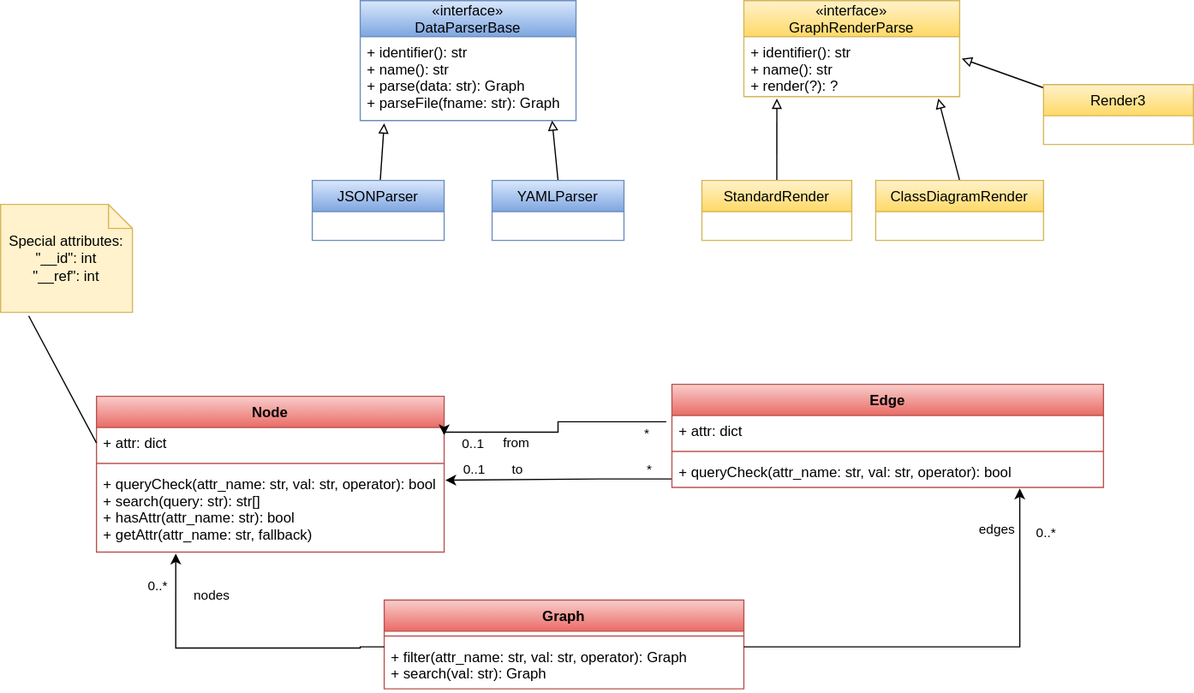
The draw.io diagram docs/class_diagram.drawio.svg in gazdicdanica/SOK, before a commit. Source tidied: cells renumbered, new cells last; positions are measured from the earlier drawing's top-left corner, leaving out a move shared by most shapes.
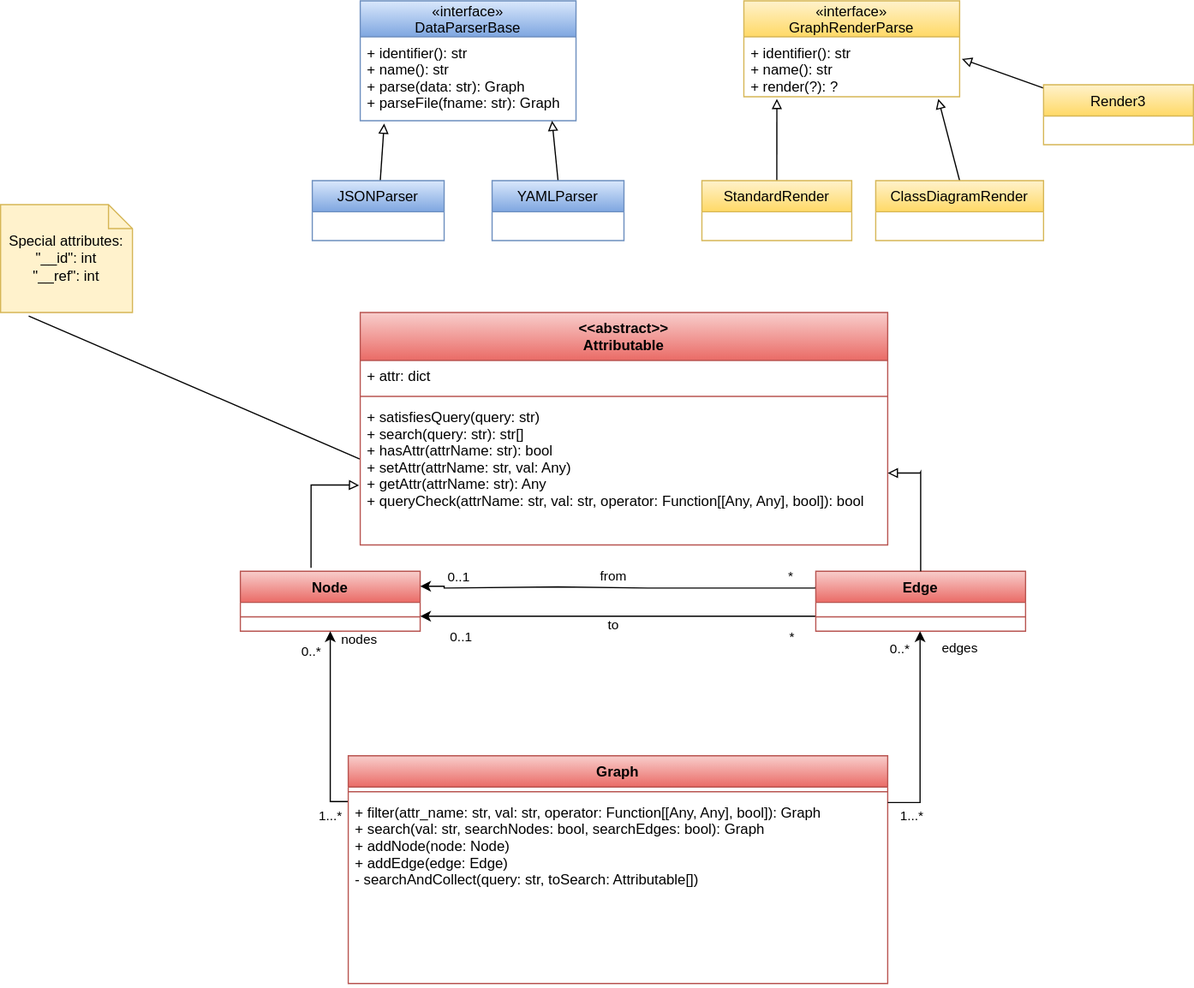
After the commit.

Diff of the diagram source:
```diff
@@ -3,93 +3,80 @@
     <mxCell id="0" />
     <mxCell id="1" parent="0" />
     <mxCell id="2" value="Node" style="swimlane;fontStyle=1;align=center;verticalAlign=top;horizontal=1;startSize=26;fillColor=#f8cecc;strokeColor=#b85450;gradientColor=#ea6b66;" parent="1" vertex="1">
-      <mxGeometry x="80" y="330" width="290" height="130" as="geometry" />
+      <mxGeometry x="200" y="476" width="150" height="50" as="geometry" />
     </mxCell>
-    <mxCell id="3" value="+ attr: dict" style="text;strokeColor=none;fillColor=none;align=left;verticalAlign=top;spacingLeft=4;spacingRight=4;overflow=hidden;points=[[0,0.5],[1,0.5]];portConstraint=eastwest;" parent="2" vertex="1">
-      <mxGeometry y="26" width="290" height="26" as="geometry" />
-    </mxCell>
     <mxCell id="4" style="line;strokeWidth=1;fillColor=none;align=left;verticalAlign=middle;spacingTop=-1;spacingLeft=3;spacingRight=3;labelPosition=right;strokeColor=inherit;" parent="2" vertex="1">
-      <mxGeometry y="52" width="290" height="8" as="geometry" />
+      <mxGeometry y="26" width="150" height="24" as="geometry" />
     </mxCell>
-    <mxCell id="5" value="+ queryCheck(attr_name: str, val: str, operator): bool&#10;+ search(query: str): str[]&#10;+ hasAttr(attr_name: str): bool&#10;+ getAttr(attr_name: str, fallback)" style="text;strokeColor=none;fillColor=none;align=left;verticalAlign=top;spacingLeft=4;spacingRight=4;overflow=hidden;points=[[0,0.5],[1,0.5]];portConstraint=eastwest;" parent="2" vertex="1">
-      <mxGeometry y="60" width="290" height="70" as="geometry" />
-    </mxCell>
-    <mxCell id="6" style="edgeStyle=orthogonalEdgeStyle;rounded=0;jettySize=auto;html=1;exitX=-0.013;exitY=0.203;exitDx=0;exitDy=0;entryX=1;entryY=0.25;entryDx=0;entryDy=0;exitPerimeter=0;" parent="1" edge="1" source="15" target="2">
+    <mxCell id="6" style="edgeStyle=orthogonalEdgeStyle;rounded=0;jettySize=auto;html=1;exitX=0;exitY=0.25;exitDx=0;exitDy=0;entryX=1;entryY=0.25;entryDx=0;entryDy=0;" parent="1" edge="1" source="14" target="2">
       <mxGeometry relative="1" as="geometry">
         <Array as="points">
-          <mxPoint x="465" y="351" />
-          <mxPoint x="465" y="360" />
-          <mxPoint x="370" y="360" />
+          <mxPoint x="680" y="490" />
+          <mxPoint x="540" y="490" />
+          <mxPoint x="540" y="489" />
+          <mxPoint x="465" y="489" />
+          <mxPoint x="465" y="490" />
+          <mxPoint x="370" y="490" />
+          <mxPoint x="370" y="489" />
         </Array>
       </mxGeometry>
     </mxCell>
     <mxCell id="7" value="0..1" style="edgeLabel;html=1;align=center;verticalAlign=middle;" parent="6" vertex="1">
       <mxGeometry x="0.9" relative="1" as="geometry">
-        <mxPoint x="16" y="9" as="offset" />
+        <mxPoint x="16" y="-8" as="offset" />
       </mxGeometry>
     </mxCell>
     <mxCell id="8" value="*" style="edgeLabel;html=1;align=center;verticalAlign=middle;" parent="6" vertex="1">
       <mxGeometry x="-0.92" relative="1" as="geometry">
-        <mxPoint x="-10" y="9" as="offset" />
+        <mxPoint x="-10" y="-10" as="offset" />
       </mxGeometry>
     </mxCell>
     <mxCell id="9" value="from" style="edgeLabel;html=1;align=center;verticalAlign=middle;" parent="6" vertex="1">
       <mxGeometry x="0.61" y="1" relative="1" as="geometry">
-        <mxPoint x="24" y="7" as="offset" />
+        <mxPoint x="97" y="-11" as="offset" />
       </mxGeometry>
     </mxCell>
-    <mxCell id="10" style="edgeStyle=orthogonalEdgeStyle;rounded=0;jettySize=auto;html=1;" parent="1" edge="1" source="14">
+    <mxCell id="10" style="edgeStyle=orthogonalEdgeStyle;rounded=0;jettySize=auto;html=1;entryX=1;entryY=0.75;entryDx=0;entryDy=0;" parent="1" edge="1" source="14" target="2">
       <mxGeometry relative="1" as="geometry">
-        <mxPoint x="371" y="400" as="targetPoint" />
         <Array as="points">
-          <mxPoint x="500" y="399" />
-          <mxPoint x="500" y="399" />
+          <mxPoint x="773" y="514" />
         </Array>
       </mxGeometry>
     </mxCell>
     <mxCell id="11" value="0..1" style="edgeLabel;html=1;align=center;verticalAlign=middle;" parent="10" vertex="1">
       <mxGeometry x="0.86" y="-1" relative="1" as="geometry">
-        <mxPoint x="11" y="-8" as="offset" />
+        <mxPoint x="11" y="18" as="offset" />
       </mxGeometry>
     </mxCell>
     <mxCell id="12" value="*" style="edgeLabel;html=1;align=center;verticalAlign=middle;" parent="10" vertex="1">
       <mxGeometry x="-0.93" relative="1" as="geometry">
-        <mxPoint x="-14" y="-9" as="offset" />
+        <mxPoint x="-9" y="17" as="offset" />
       </mxGeometry>
     </mxCell>
     <mxCell id="13" value="to" style="edgeLabel;html=1;align=center;verticalAlign=middle;" parent="10" vertex="1">
       <mxGeometry x="0.42" y="1" relative="1" as="geometry">
-        <mxPoint x="4" y="-10" as="offset" />
+        <mxPoint x="65" y="6" as="offset" />
       </mxGeometry>
     </mxCell>
     <mxCell id="14" value="Edge" style="swimlane;fontStyle=1;align=center;verticalAlign=top;horizontal=1;startSize=26;fillColor=#f8cecc;gradientColor=#ea6b66;strokeColor=#b85450;" parent="1" vertex="1">
-      <mxGeometry x="560" y="320" width="360" height="86" as="geometry" />
+      <mxGeometry x="680" y="476" width="175" height="50" as="geometry" />
     </mxCell>
-    <mxCell id="15" value="+ attr: dict" style="text;align=left;verticalAlign=top;spacingLeft=4;spacingRight=4;overflow=hidden;points=[[0,0.5],[1,0.5]];portConstraint=eastwest;" parent="14" vertex="1">
-      <mxGeometry y="26" width="360" height="26" as="geometry" />
-    </mxCell>
     <mxCell id="16" style="line;strokeWidth=1;fillColor=none;align=left;verticalAlign=middle;spacingTop=-1;spacingLeft=3;spacingRight=3;labelPosition=right;strokeColor=inherit;" parent="14" vertex="1">
-      <mxGeometry y="52" width="360" height="8" as="geometry" />
+      <mxGeometry y="26" width="175" height="24" as="geometry" />
     </mxCell>
-    <mxCell id="17" value="+ queryCheck(attr_name: str, val: str, operator): bool" style="text;strokeColor=none;fillColor=none;align=left;verticalAlign=top;spacingLeft=4;spacingRight=4;overflow=hidden;points=[[0,0.5],[1,0.5]];portConstraint=eastwest;" parent="14" vertex="1">
-      <mxGeometry y="60" width="360" height="26" as="geometry" />
-    </mxCell>
     <mxCell id="18" value="Graph" style="swimlane;fontStyle=1;align=center;verticalAlign=top;horizontal=1;startSize=26;fillColor=#f8cecc;gradientColor=#ea6b66;strokeColor=#b85450;" parent="1" vertex="1">
-      <mxGeometry x="320" y="500" width="300" height="74" as="geometry" />
+      <mxGeometry x="290" y="630" width="450" height="190" as="geometry" />
     </mxCell>
     <mxCell id="19" style="line;strokeWidth=1;fillColor=none;align=left;verticalAlign=middle;spacingTop=-1;spacingLeft=3;spacingRight=3;labelPosition=right;strokeColor=inherit;" parent="18" vertex="1">
-      <mxGeometry y="26" width="300" height="8" as="geometry" />
+      <mxGeometry y="26" width="450" height="8" as="geometry" />
     </mxCell>
-    <mxCell id="20" value="+ filter(attr_name: str, val: str, operator): Graph&#10;+ search(val: str): Graph" style="text;strokeColor=none;fillColor=none;align=left;verticalAlign=top;spacingLeft=4;spacingRight=4;overflow=hidden;points=[[0,0.5],[1,0.5]];portConstraint=eastwest;" parent="18" vertex="1">
-      <mxGeometry y="34" width="300" height="40" as="geometry" />
+    <mxCell id="20" value="+ filter(attr_name: str, val: str, operator: Function[[Any, Any], bool]): Graph&#10;+ search(val: str, searchNodes: bool, searchEdges: bool): Graph&#10;+ addNode(node: Node)&#10;+ addEdge(edge: Edge)&#10;- searchAndCollect(query: str, toSearch: Attributable[])" style="text;strokeColor=none;fillColor=none;align=left;verticalAlign=top;spacingLeft=4;spacingRight=4;overflow=hidden;points=[[0,0.5],[1,0.5]];portConstraint=eastwest;" parent="18" vertex="1">
+      <mxGeometry y="34" width="450" height="156" as="geometry" />
     </mxCell>
-    <mxCell id="21" style="edgeStyle=orthogonalEdgeStyle;rounded=0;jettySize=auto;html=1;exitX=0;exitY=0.5;exitDx=0;exitDy=0;entryX=0.228;entryY=1.018;entryDx=0;entryDy=0;entryPerimeter=0;" parent="1" edge="1" target="5">
+    <mxCell id="21" style="edgeStyle=orthogonalEdgeStyle;rounded=0;jettySize=auto;html=1;entryX=0.5;entryY=1;entryDx=0;entryDy=0;exitX=-0.001;exitY=0.027;exitDx=0;exitDy=0;exitPerimeter=0;" parent="1" edge="1" source="20" target="2">
       <mxGeometry relative="1" as="geometry">
-        <mxPoint x="320" y="539" as="sourcePoint" />
         <Array as="points">
-          <mxPoint x="300" y="539" />
-          <mxPoint x="300" y="540" />
-          <mxPoint x="146" y="540" />
+          <mxPoint x="275" y="668" />
         </Array>
       </mxGeometry>
     </mxCell>
@@ -103,28 +90,29 @@
         <mxPoint x="24" y="-45" as="offset" />
       </mxGeometry>
     </mxCell>
-    <mxCell id="24" style="edgeStyle=orthogonalEdgeStyle;rounded=0;jettySize=auto;html=1;exitX=1;exitY=0.5;exitDx=0;exitDy=0;entryX=0.806;entryY=1.037;entryDx=0;entryDy=0;entryPerimeter=0;" parent="1" edge="1" target="17">
+    <mxCell id="24" style="edgeStyle=orthogonalEdgeStyle;rounded=0;jettySize=auto;html=1;entryX=0.5;entryY=1;entryDx=0;entryDy=0;" parent="1" edge="1" target="14">
       <mxGeometry relative="1" as="geometry">
-        <mxPoint x="620" y="539" as="sourcePoint" />
+        <mxPoint x="740" y="669" as="sourcePoint" />
         <Array as="points">
-          <mxPoint x="850" y="539" />
+          <mxPoint x="767" y="669" />
+          <mxPoint x="767" y="526" />
         </Array>
       </mxGeometry>
     </mxCell>
     <mxCell id="25" value="0..*" style="edgeLabel;html=1;align=center;verticalAlign=middle;" parent="24" vertex="1">
       <mxGeometry x="0.83" y="1" relative="1" as="geometry">
-        <mxPoint x="22" y="5" as="offset" />
+        <mxPoint x="-16" as="offset" />
       </mxGeometry>
     </mxCell>
     <mxCell id="26" value="edges" style="edgeLabel;html=1;align=center;verticalAlign=middle;" parent="24" vertex="1">
       <mxGeometry x="-0.73" relative="1" as="geometry">
-        <mxPoint x="162" y="-99" as="offset" />
+        <mxPoint x="37" y="-129" as="offset" />
       </mxGeometry>
     </mxCell>
     <mxCell id="27" value="Special attributes:&lt;br&gt;&quot;__id&quot;: int&lt;br&gt;&quot;__ref&quot;: int" style="shape=note;size=20;whiteSpace=wrap;html=1;fillColor=#fff2cc;strokeColor=#d6b656;" parent="1" vertex="1">
       <mxGeometry y="170" width="110" height="90" as="geometry" />
     </mxCell>
-    <mxCell id="28" style="rounded=0;jettySize=auto;html=1;exitX=0;exitY=0.5;exitDx=0;exitDy=0;endArrow=none;endFill=0;entryX=0.213;entryY=1.033;entryDx=0;entryDy=0;entryPerimeter=0;" parent="1" edge="1" source="3" target="27">
+    <mxCell id="28" style="rounded=0;jettySize=auto;html=1;exitX=-0.001;exitY=0.402;exitDx=0;exitDy=0;endArrow=none;endFill=0;entryX=0.213;entryY=1.033;entryDx=0;entryDy=0;entryPerimeter=0;exitPerimeter=0;" parent="1" edge="1" source="46" target="27">
       <mxGeometry relative="1" as="geometry" />
     </mxCell>
     <mxCell id="29" value="«interface»&#10;DataParserBase" style="swimlane;fontStyle=0;horizontal=1;startSize=30;fillColor=#dae8fc;gradientColor=#7ea6e0;strokeColor=#6c8ebf;" parent="1" vertex="1">
@@ -172,5 +160,40 @@
     <mxCell id="43" value="Render3" style="swimlane;fontStyle=0;horizontal=1;startSize=26;fillColor=#fff2cc;gradientColor=#ffd966;strokeColor=#d6b656;" parent="1" vertex="1">
       <mxGeometry x="870" y="70" width="125" height="50" as="geometry" />
     </mxCell>
+    <mxCell id="44" value="&lt;&lt;abstract&gt;&gt;&#10;Attributable" style="swimlane;fontStyle=1;align=center;verticalAlign=top;horizontal=1;startSize=40;fillColor=#f8cecc;strokeColor=#b85450;gradientColor=#ea6b66;" parent="1" vertex="1">
+      <mxGeometry x="300" y="260" width="440" height="194" as="geometry" />
+    </mxCell>
+    <mxCell id="3" value="+ attr: dict" style="text;strokeColor=none;fillColor=none;align=left;verticalAlign=top;spacingLeft=4;spacingRight=4;overflow=hidden;points=[[0,0.5],[1,0.5]];portConstraint=eastwest;" parent="44" vertex="1">
+      <mxGeometry y="40" width="440" height="26" as="geometry" />
+    </mxCell>
+    <mxCell id="45" style="line;strokeWidth=1;fillColor=none;align=left;verticalAlign=middle;spacingTop=-1;spacingLeft=3;spacingRight=3;labelPosition=right;strokeColor=inherit;" parent="44" vertex="1">
+      <mxGeometry y="66" width="440" height="8" as="geometry" />
+    </mxCell>
+    <mxCell id="46" value="+ satisfiesQuery(query: str)&#10;+ search(query: str): str[]&#10;+ hasAttr(attrName: str): bool&#10;+ setAttr(attrName: str, val: Any)&#10;+ getAttr(attrName: str): Any&#10;+ queryCheck(attrName: str, val: str, operator: Function[[Any, Any], bool]): bool" style="text;strokeColor=none;fillColor=none;align=left;verticalAlign=top;spacingLeft=4;spacingRight=4;overflow=hidden;points=[[0,0.5],[1,0.5]];portConstraint=eastwest;" parent="44" vertex="1">
+      <mxGeometry y="74" width="440" height="120" as="geometry" />
+    </mxCell>
+    <mxCell id="47" style="edgeStyle=orthogonalEdgeStyle;rounded=0;jettySize=auto;html=1;exitX=0.5;exitY=0;exitDx=0;exitDy=0;endArrow=block;endFill=0;entryX=1;entryY=0.5;entryDx=0;entryDy=0;" parent="1" edge="1" source="14" target="46">
+      <mxGeometry relative="1" as="geometry">
+        <Array as="points">
+          <mxPoint x="767" y="393" />
+          <mxPoint x="767" y="380" />
+        </Array>
+      </mxGeometry>
+    </mxCell>
+    <mxCell id="48" style="edgeStyle=orthogonalEdgeStyle;rounded=0;jettySize=auto;html=1;exitX=0.393;exitY=-0.058;exitDx=0;exitDy=0;endArrow=block;endFill=0;entryX=-0.002;entryY=0.586;entryDx=0;entryDy=0;entryPerimeter=0;exitPerimeter=0;" parent="1" edge="1" source="2" target="46">
+      <mxGeometry x="1" y="530" relative="1" as="geometry">
+        <Array as="points">
+          <mxPoint x="259" y="404" />
+          <mxPoint x="290" y="404" />
+        </Array>
+        <mxPoint x="-530" y="-510" as="offset" />
+      </mxGeometry>
+    </mxCell>
+    <mxCell id="49" value="1...*" style="edgeLabel;html=1;align=center;verticalAlign=middle;" parent="1" vertex="1">
+      <mxGeometry x="275" y="680" as="geometry" />
+    </mxCell>
+    <mxCell id="50" value="1...*" style="edgeLabel;html=1;align=center;verticalAlign=middle;" parent="1" vertex="1">
+      <mxGeometry x="760" y="680" as="geometry" />
+    </mxCell>
   </root>
 </mxGraphModel>
```
